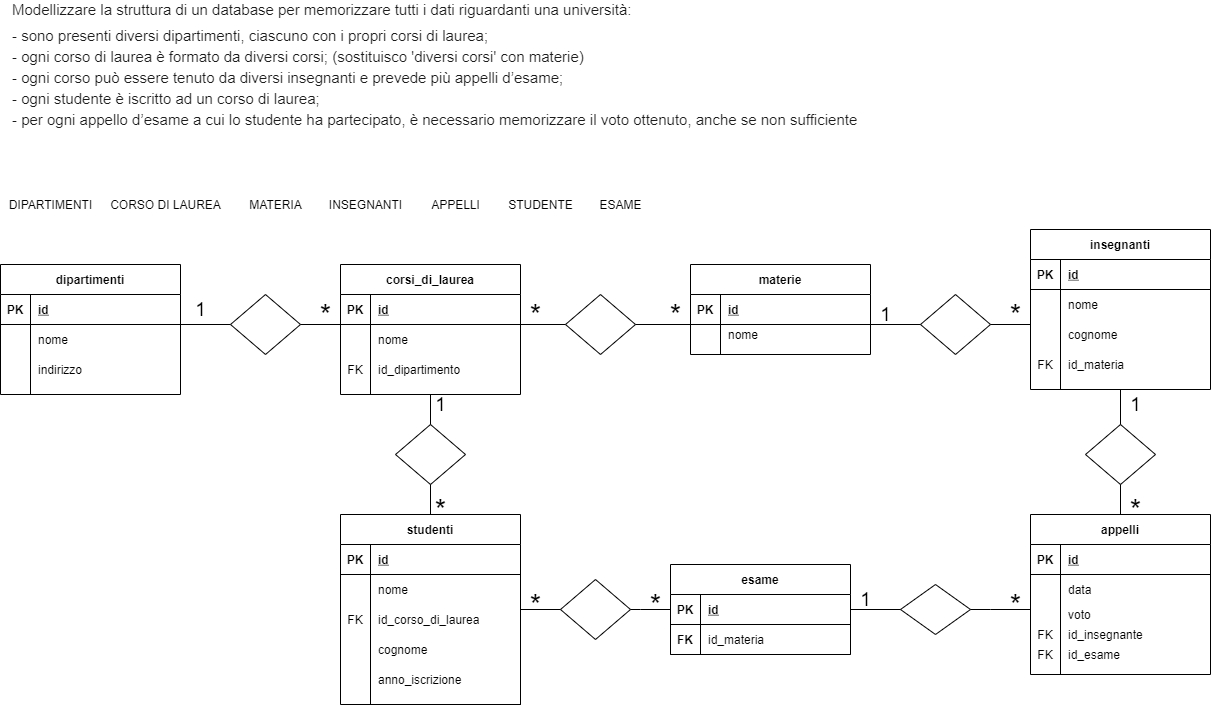
Before: versione2.png, a diagram exported from draw.io (emmepi92/db-university). Source tidied: cells renumbered, new cells last; positions are measured from the earlier drawing's top-left corner, leaving out a move shared by most shapes.
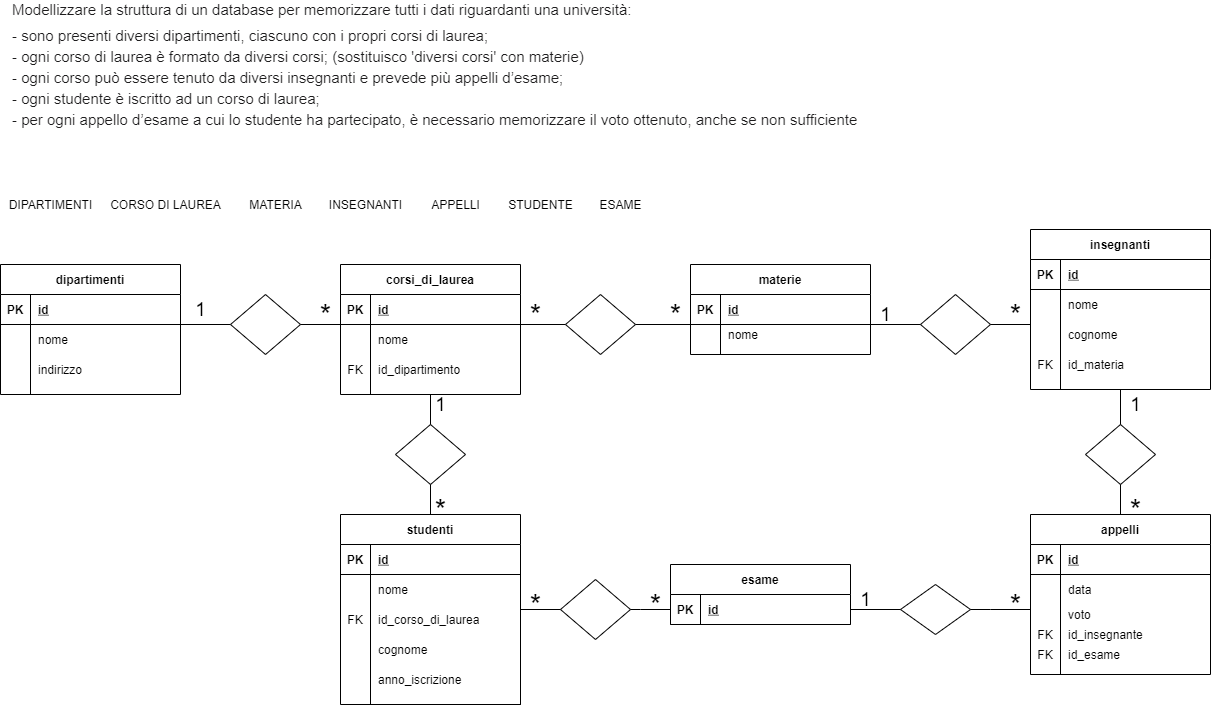
After the commit.

The edit, as a diff of the source:
```diff
@@ -332,7 +332,7 @@
       </mxGeometry>
     </mxCell>
     <mxCell id="104" value="esame" style="shape=table;startSize=30;rowLines=0;fontStyle=1;align=center;" parent="1" vertex="1">
-      <mxGeometry x="670" y="550" width="180" height="90" as="geometry" />
+      <mxGeometry x="670" y="550" width="180" height="60" as="geometry" />
     </mxCell>
     <mxCell id="105" style="shape=partialRectangle;fillColor=none;top=0;left=0;bottom=1;right=0;" parent="104" vertex="1">
       <mxGeometry y="30" width="180" height="30" as="geometry" />
@@ -343,15 +343,6 @@
     <mxCell id="107" value="id" style="shape=partialRectangle;fillColor=none;top=0;left=0;bottom=0;right=0;align=left;spacingLeft=6;fontStyle=5;overflow=hidden;" parent="105" vertex="1">
       <mxGeometry x="30" width="150" height="30" as="geometry" />
     </mxCell>
-    <mxCell id="108" style="shape=partialRectangle;fillColor=none;top=0;left=0;bottom=1;right=0;" parent="104" vertex="1">
-      <mxGeometry y="60" width="180" height="30" as="geometry" />
-    </mxCell>
-    <mxCell id="109" value="FK" style="shape=partialRectangle;fillColor=none;top=0;left=0;bottom=0;right=0;fontStyle=1;overflow=hidden;" parent="108" vertex="1">
-      <mxGeometry width="30" height="30" as="geometry" />
-    </mxCell>
-    <mxCell id="110" value="id_materia" style="shape=partialRectangle;fillColor=none;top=0;left=0;bottom=0;right=0;align=left;spacingLeft=6;fontStyle=0;overflow=hidden;" parent="108" vertex="1">
-      <mxGeometry x="30" width="150" height="30" as="geometry" />
-    </mxCell>
     <mxCell id="111" style="shape=rhombus;perimeter=rhombusPerimeter;whiteSpace=wrap;html=1;align=center;" parent="1" vertex="1">
       <mxGeometry x="560" y="565" width="70" height="60" as="geometry" />
     </mxCell>
```
